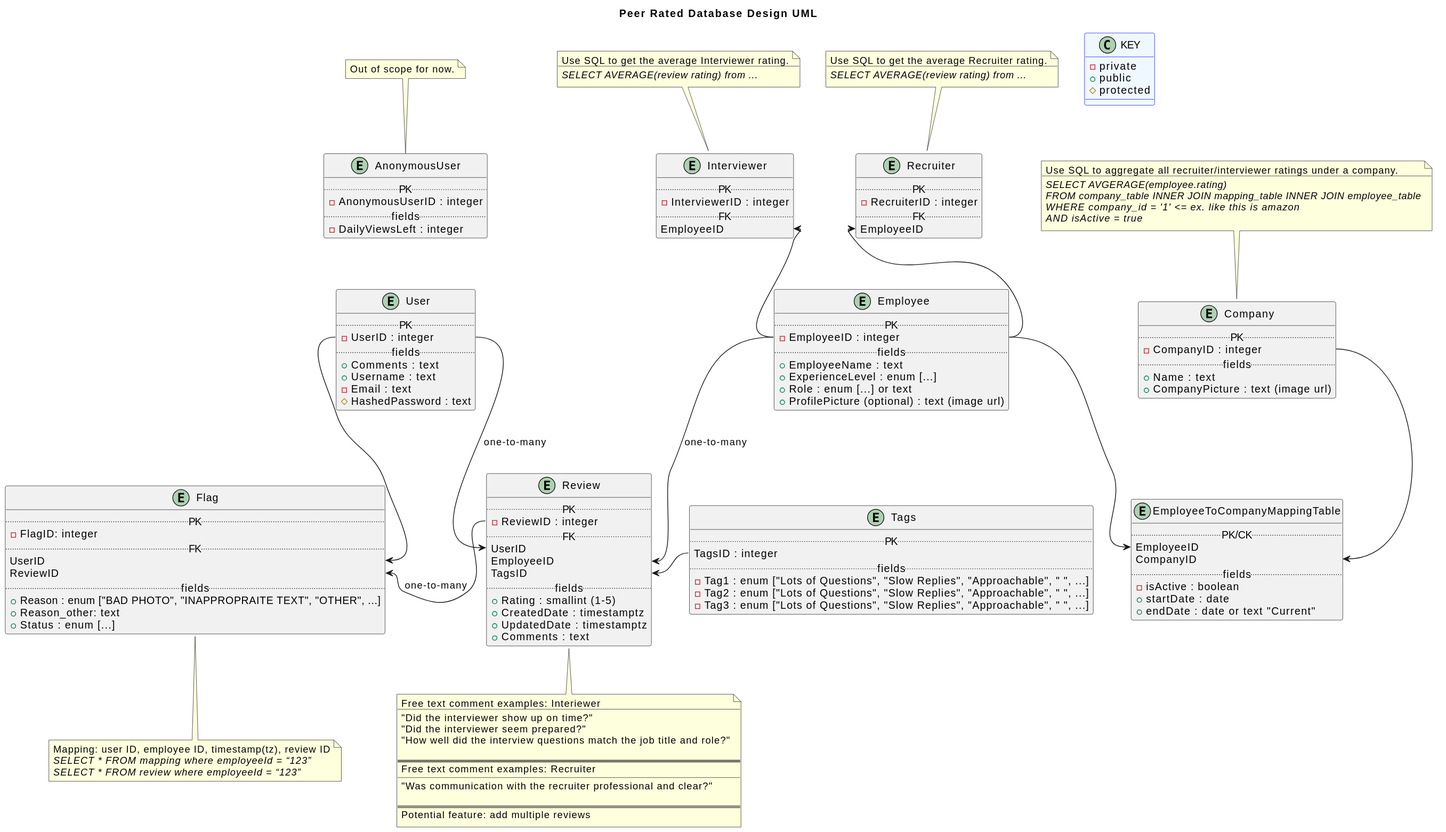
This is public/images/database-uml-design.svg from PeerRated/Documentation, a PlantUML export, as it was before one commit. Its diagram source:
```plantuml
@startuml
title Peer Rated Database Design UML

class KEY #line:blue;back:aliceblue; {
  - {field} private
  + {field} public
  # {field} protected
}

entity User {
  .. PK ..
  - UserID : integer
  .. fields ..
  + Comments : text
  + Username : text
  - Email : text
  # HashedPassword : text
}

entity Company {
  .. PK ..
  - CompanyID : integer
  .. fields ..
  + Name : text
  + {field} CompanyPicture : text (image url)
}

entity Review {
  .. PK ..
  - ReviewID : integer
  .. FK ..
  UserID
  EmployeeID
  TagsID
  .. fields ..
  + {field} Rating : smallint (1-5)
  + CreatedDate : timestamptz
  + UpdatedDate : timestamptz
  + Comments : text
}

entity Tags {
  .. PK ..
  TagsID : integer
  .. fields ..
  - Tag1 : enum ["Lots of Questions", "Slow Replies", "Approachable", " ", ...]
  - Tag2 : enum ["Lots of Questions", "Slow Replies", "Approachable", " ", ...]
  - Tag3 : enum ["Lots of Questions", "Slow Replies", "Approachable", " ", ...]
}

entity Flag {
  .. PK ..
  - FlagID: integer
  .. FK ..
  UserID
  ReviewID
  .. fields ..
  + Reason : enum ["BAD PHOTO", "INAPPROPRAITE TEXT", "OTHER", ...]
  + Reason_other: text
  + Status : enum [...]
}

entity EmployeeToCompanyMappingTable {
  .. PK/CK ..
  EmployeeID
  CompanyID
  .. fields ..
  - isActive : boolean
  + startDate : date
  + endDate : date or text "Current"
}

entity Employee {
  .. PK ..
  - EmployeeID : integer
  .. fields ..
  + EmployeeName : text
  + ExperienceLevel : enum [...]
  + Role : enum [...] or text
  + {field} ProfilePicture (optional) : text (image url)
}

entity Recruiter {
  .. PK ..
  - RecruiterID : integer
  .. FK ..
  EmployeeID
}

entity Interviewer {
  .. PK ..
  - InterviewerID : integer
  .. FK ..
  EmployeeID
}

entity AnonymousUser {
  .. PK ..
  - AnonymousUserID : integer
  .. fields ..
  - DailyViewsLeft : integer
}




Employee::EmployeeID --> EmployeeToCompanyMappingTable::EmployeeID
Company::CompanyID --> EmployeeToCompanyMappingTable::CompanyID

User::UserID --> Review::UserID : one-to-many
Employee::EmployeeID --> Review::EmployeeID : one-to-many

User::UserID --> Flag::UserID
Review::ReviewID -left-> Flag::ReviewID : one-to-many

Employee::EmployeeID -up-> Recruiter::EmployeeID
Employee::EmployeeID -up-> Interviewer::EmployeeID

Tags::TagsID -left-> Review::TagsID




Employee -down[hidden]-> Tags
AnonymousUser -down[hidden]-> User




note top of AnonymousUser
  Out of scope for now.
end note

note top of Company
  Use SQL to aggregate all recruiter/interviewer ratings under a company.
  __
  <i>SELECT AVGERAGE(employee.rating)
  <i>FROM company_table INNER JOIN mapping_table INNER JOIN employee_table
  <i>WHERE company_id = '1' <= ex. like this is amazon
  <i>AND isActive = true
end note

note bottom of Review
  Free text comment examples: Interiewer
  __
  "Did the interviewer show up on time?"
  "Did the interviewer seem prepared?"
  "How well did the interview questions match the job title and role?"

  ==
  Free text comment examples: Recruiter
  __
  "Was communication with the recruiter professional and clear?"

  ==
  Potential feature: add multiple reviews
end note

note bottom of Flag
  Mapping: user ID, employee ID, timestamp(tz), review ID
  <i>SELECT * FROM mapping where employeeId = “123”
  <i>SELECT * FROM review where employeeId = “123”
end note

note top of Recruiter
  Use SQL to get the average Recruiter rating.
  __
  <i>SELECT AVERAGE(review rating) from ...
end note

note top of Interviewer
  Use SQL to get the average Interviewer rating.
  __
  <i>SELECT AVERAGE(review rating) from ...
end note
@enduml
```
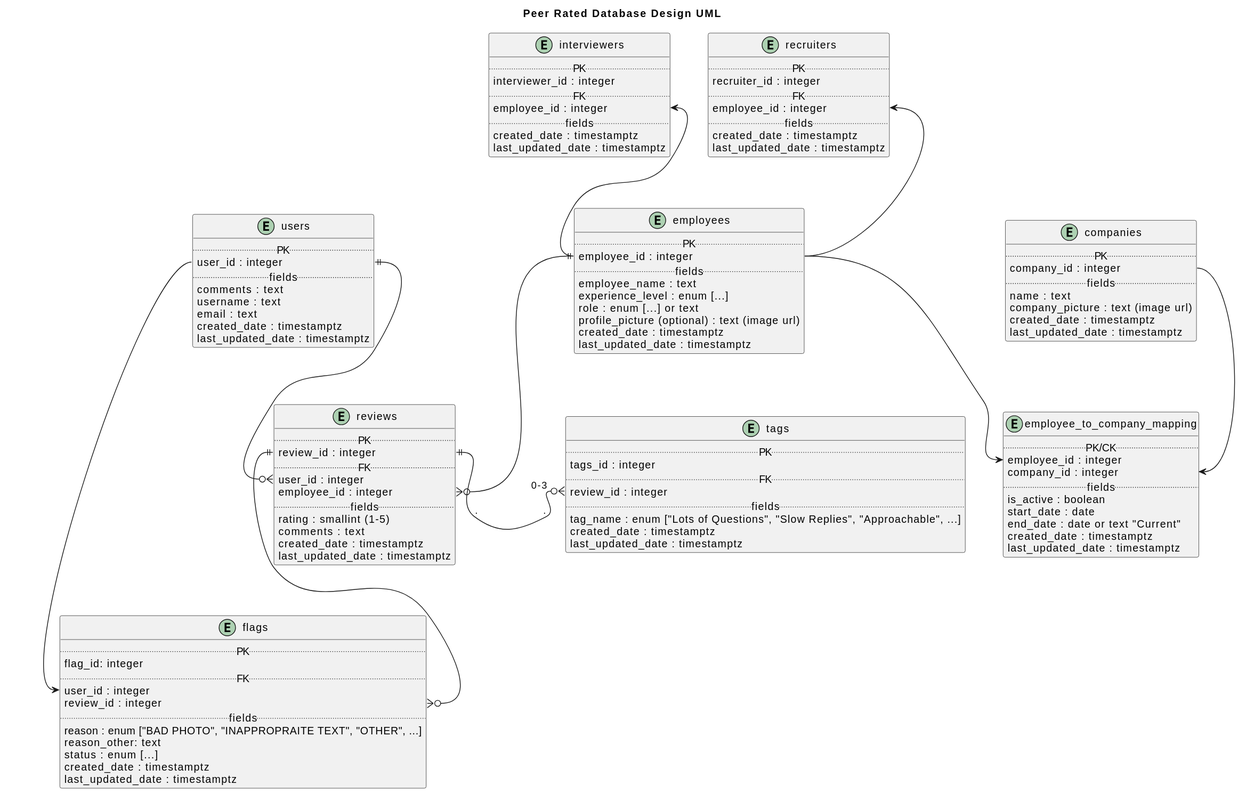
After the change.

What changed in the source:
```diff
@@ -1,176 +1,117 @@
 @startuml
 title Peer Rated Database Design UML
 
-class KEY #line:blue;back:aliceblue; {
-  - {field} private
-  + {field} public
-  # {field} protected
+entity users {
+  .. PK ..
+  user_id : integer
+  .. fields ..
+  comments : text
+  username : text
+  email : text
+  created_date : timestamptz
+  last_updated_date : timestamptz
 }
 
-entity User {
+entity companies {
   .. PK ..
-  - UserID : integer
+  company_id : integer
   .. fields ..
-  + Comments : text
-  + Username : text
-  - Email : text
-  # HashedPassword : text
+  name : text
+  {field} company_picture : text (image url)
+  created_date : timestamptz
+  last_updated_date : timestamptz
 }
 
-entity Company {
+entity reviews {
   .. PK ..
-  - CompanyID : integer
+  review_id : integer
+  .. FK ..
+  user_id : integer
+  employee_id : integer
   .. fields ..
-  + Name : text
-  + {field} CompanyPicture : text (image url)
+  {field} rating : smallint (1-5)
+  comments : text
+  created_date : timestamptz
+  last_updated_date : timestamptz
 }
 
-entity Review {
+entity tags {
   .. PK ..
-  - ReviewID : integer
+  tags_id : integer
   .. FK ..
-  UserID
-  EmployeeID
-  TagsID
+  review_id : integer
   .. fields ..
-  + {field} Rating : smallint (1-5)
-  + CreatedDate : timestamptz
-  + UpdatedDate : timestamptz
-  + Comments : text
+  tag_name : enum ["Lots of Questions", "Slow Replies", "Approachable", ...]
+  created_date : timestamptz
+  last_updated_date : timestamptz
 }
 
-entity Tags {
+entity flags {
   .. PK ..
-  TagsID : integer
+  flag_id: integer
+  .. FK ..
+  user_id : integer
+  review_id : integer
   .. fields ..
-  - Tag1 : enum ["Lots of Questions", "Slow Replies", "Approachable", " ", ...]
-  - Tag2 : enum ["Lots of Questions", "Slow Replies", "Approachable", " ", ...]
-  - Tag3 : enum ["Lots of Questions", "Slow Replies", "Approachable", " ", ...]
+  reason : enum ["BAD PHOTO", "INAPPROPRAITE TEXT", "OTHER", ...]
+  reason_other: text
+  status : enum [...]
+  created_date : timestamptz
+  last_updated_date : timestamptz
 }
 
-entity Flag {
-  .. PK ..
-  - FlagID: integer
-  .. FK ..
-  UserID
-  ReviewID
+entity employee_to_company_mapping {
+  .. PK/CK ..
+  employee_id : integer
+  company_id : integer
   .. fields ..
-  + Reason : enum ["BAD PHOTO", "INAPPROPRAITE TEXT", "OTHER", ...]
-  + Reason_other: text
-  + Status : enum [...]
+  is_active : boolean
+  start_date : date
+  end_date : date or text "Current"
+  created_date : timestamptz
+  last_updated_date : timestamptz
 }
 
-entity EmployeeToCompanyMappingTable {
-  .. PK/CK ..
-  EmployeeID
-  CompanyID
+entity employees {
+  .. PK ..
+  employee_id : integer
   .. fields ..
-  - isActive : boolean
-  + startDate : date
-  + endDate : date or text "Current"
+  employee_name : text
+  experience_level : enum [...]
+  role : enum [...] or text
+  {field} profile_picture (optional) : text (image url)
+  created_date : timestamptz
+  last_updated_date : timestamptz
 }
 
-entity Employee {
+entity recruiters {
   .. PK ..
-  - EmployeeID : integer
+  recruiter_id : integer
+  .. FK ..
+  employee_id : integer
   .. fields ..
-  + EmployeeName : text
-  + ExperienceLevel : enum [...]
-  + Role : enum [...] or text
-  + {field} ProfilePicture (optional) : text (image url)
+  created_date : timestamptz
+  last_updated_date : timestamptz
 }
 
-entity Recruiter {
+entity interviewers {
   .. PK ..
-  - RecruiterID : integer
+  interviewer_id : integer
   .. FK ..
-  EmployeeID
-}
-
-entity Interviewer {
-  .. PK ..
-  - InterviewerID : integer
-  .. FK ..
-  EmployeeID
-}
-
-entity AnonymousUser {
-  .. PK ..
-  - AnonymousUserID : integer
+  employee_id : integer
   .. fields ..
-  - DailyViewsLeft : integer
+  created_date : timestamptz
+  last_updated_date : timestamptz
 }
 
 
-
-
-Employee::EmployeeID --> EmployeeToCompanyMappingTable::EmployeeID
-Company::CompanyID --> EmployeeToCompanyMappingTable::CompanyID
-
-User::UserID --> Review::UserID : one-to-many
-Employee::EmployeeID --> Review::EmployeeID : one-to-many
-
-User::UserID --> Flag::UserID
-Review::ReviewID -left-> Flag::ReviewID : one-to-many
-
-Employee::EmployeeID -up-> Recruiter::EmployeeID
-Employee::EmployeeID -up-> Interviewer::EmployeeID
-
-Tags::TagsID -left-> Review::TagsID
-
-
-
-
-Employee -down[hidden]-> Tags
-AnonymousUser -down[hidden]-> User
-
-
-
-
-note top of AnonymousUser
-  Out of scope for now.
-end note
-
-note top of Company
-  Use SQL to aggregate all recruiter/interviewer ratings under a company.
-  __
-  <i>SELECT AVGERAGE(employee.rating)
-  <i>FROM company_table INNER JOIN mapping_table INNER JOIN employee_table
-  <i>WHERE company_id = '1' <= ex. like this is amazon
-  <i>AND isActive = true
-end note
-
-note bottom of Review
-  Free text comment examples: Interiewer
-  __
-  "Did the interviewer show up on time?"
-  "Did the interviewer seem prepared?"
-  "How well did the interview questions match the job title and role?"
-
-  ==
-  Free text comment examples: Recruiter
-  __
-  "Was communication with the recruiter professional and clear?"
-
-  ==
-  Potential feature: add multiple reviews
-end note
-
-note bottom of Flag
-  Mapping: user ID, employee ID, timestamp(tz), review ID
-  <i>SELECT * FROM mapping where employeeId = “123”
-  <i>SELECT * FROM review where employeeId = “123”
-end note
-
-note top of Recruiter
-  Use SQL to get the average Recruiter rating.
-  __
-  <i>SELECT AVERAGE(review rating) from ...
-end note
-
-note top of Interviewer
-  Use SQL to get the average Interviewer rating.
-  __
-  <i>SELECT AVERAGE(review rating) from ...
-end note
+employees::employee_id --> employee_to_company_mapping::employee_id
+companies::company_id --> employee_to_company_mapping::company_id
+users::user_id ||--o{ reviews::user_id
+employees::employee_id ||--o{ reviews::employee_id
+users::user_id --> flags::user_id
+reviews::review_id ||--o{ flags::review_id
+employees::employee_id -up-> recruiters::employee_id
+employees::employee_id -up-> interviewers::employee_id
+reviews::review_id ||-right-o{ "0-3    " tags::review_id : .                     .
 @enduml
```
